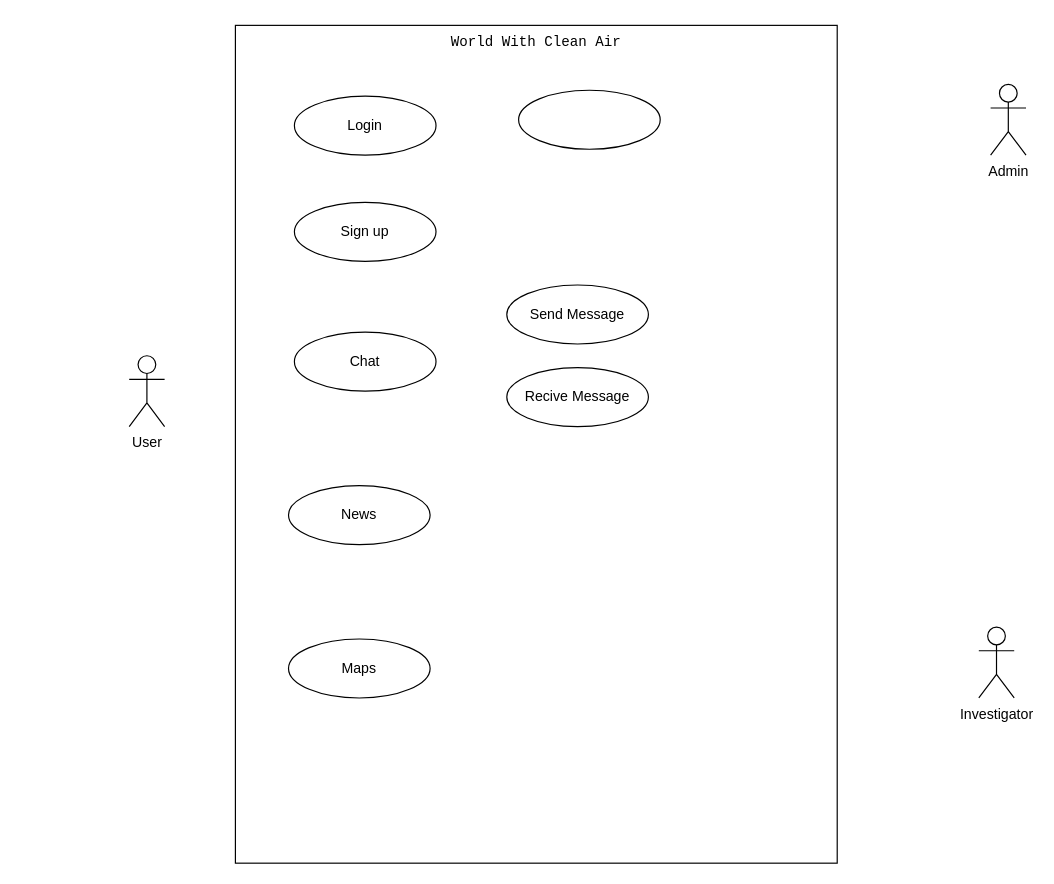
Before: doc/use-case.drawio in RogerPugaRuiz/DAWBIO-M12-PROJECT, a draw.io diagram. Source tidied: cells renumbered, new cells numbered last; positions are measured from the earlier drawing's top-left corner, leaving out a move shared by most shapes. Both pictures are drawn from the tidied source at 118%, with x=0, y=0 at pixel (129, 25).
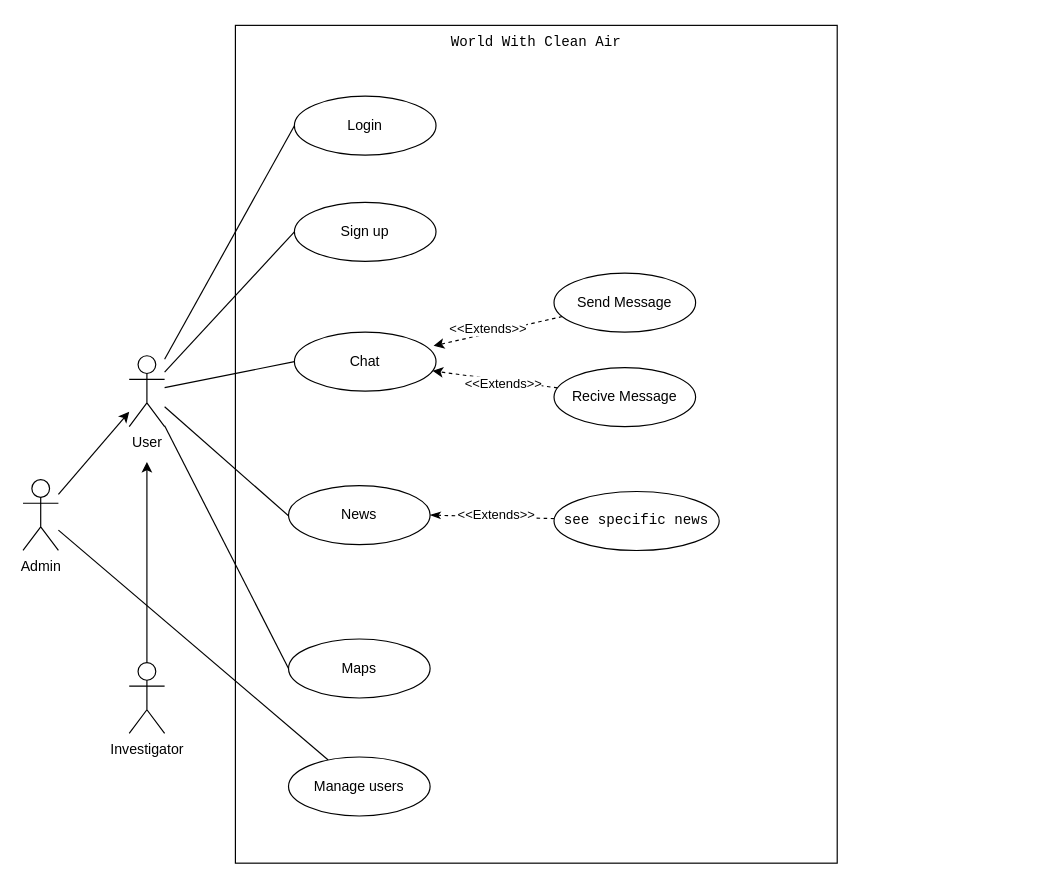
Above is the later version.

The change refers to these unchanged cells:
```xml
<mxCell id="4" value="User" style="shape=umlActor;verticalLabelPosition=bottom;verticalAlign=top;html=1;outlineConnect=0;" parent="1" vertex="1">
  <mxGeometry y="280" width="30" height="60" as="geometry" />
</mxCell>
<mxCell id="15" value="Login" style="ellipse;whiteSpace=wrap;html=1;fillColor=default;" parent="1" vertex="1">
  <mxGeometry x="140" y="60" width="120" height="50" as="geometry" />
</mxCell>
<mxCell id="16" value="News" style="ellipse;whiteSpace=wrap;html=1;fillColor=default;" parent="1" vertex="1">
  <mxGeometry x="135" y="390" width="120" height="50" as="geometry" />
</mxCell>
<mxCell id="17" value="Maps" style="ellipse;whiteSpace=wrap;html=1;fillColor=default;" parent="1" vertex="1">
  <mxGeometry x="135" y="520" width="120" height="50" as="geometry" />
</mxCell>
<mxCell id="20" value="Chat" style="ellipse;whiteSpace=wrap;html=1;fillColor=default;" parent="1" vertex="1">
  <mxGeometry x="140" y="260" width="120" height="50" as="geometry" />
</mxCell>
<mxCell id="22" value="Sign up" style="ellipse;whiteSpace=wrap;html=1;fillColor=default;" parent="1" vertex="1">
  <mxGeometry x="140" y="150" width="120" height="50" as="geometry" />
</mxCell>
```

Change to the diagram source:
```diff
@@
+    <mxCell id="23" style="edgeStyle=none;html=1;" parent="1" edge="1" source="3" target="4">
+      <mxGeometry relative="1" as="geometry" />
+    </mxCell>
+    <mxCell id="24" style="edgeStyle=none;html=1;endArrow=none;endFill=0;" parent="1" edge="1" source="3" target="38">
+      <mxGeometry relative="1" as="geometry" />
+    </mxCell>
     <mxCell id="3" value="Admin" style="shape=umlActor;verticalLabelPosition=bottom;verticalAlign=top;html=1;outlineConnect=0;" parent="1" vertex="1">
-      <mxGeometry x="730" y="50" width="30" height="60" as="geometry" />
+      <mxGeometry x="-90" y="385" width="30" height="60" as="geometry" />
     </mxCell>
+    <mxCell id="25" style="edgeStyle=none;html=1;entryX=0;entryY=0.5;entryDx=0;entryDy=0;endArrow=none;endFill=0;" parent="1" edge="1" source="4" target="20">
+      <mxGeometry relative="1" as="geometry" />
+    </mxCell>
+    <mxCell id="26" style="edgeStyle=none;html=1;endArrow=none;endFill=0;" parent="1" edge="1" source="4">
+      <mxGeometry relative="1" as="geometry">
+        <mxPoint x="140" y="420" as="targetPoint" />
+      </mxGeometry>
+    </mxCell>
+    <mxCell id="27" style="edgeStyle=none;html=1;entryX=0;entryY=0.5;entryDx=0;entryDy=0;endArrow=none;endFill=0;" parent="1" edge="1" source="4" target="22">
+      <mxGeometry relative="1" as="geometry" />
+    </mxCell>
+    <mxCell id="28" style="edgeStyle=none;html=1;entryX=0;entryY=0.5;entryDx=0;entryDy=0;endArrow=none;endFill=0;" parent="1" edge="1" source="4" target="15">
+      <mxGeometry relative="1" as="geometry" />
+    </mxCell>
+    <mxCell id="29" style="edgeStyle=none;html=1;entryX=0;entryY=0.5;entryDx=0;entryDy=0;endArrow=none;endFill=0;" parent="1" edge="1" source="4" target="17">
+      <mxGeometry relative="1" as="geometry" />
+    </mxCell>
@@
+    <mxCell id="30" style="edgeStyle=none;html=1;" parent="1" edge="1" source="5">
+      <mxGeometry relative="1" as="geometry">
+        <mxPoint x="15" y="370" as="targetPoint" />
+      </mxGeometry>
+    </mxCell>
     <mxCell id="5" value="Investigator" style="shape=umlActor;verticalLabelPosition=bottom;verticalAlign=top;html=1;outlineConnect=0;" parent="1" vertex="1">
-      <mxGeometry x="720" y="510" width="30" height="60" as="geometry" />
+      <mxGeometry y="540" width="30" height="60" as="geometry" />
     </mxCell>
@@
+    <mxCell id="31" style="edgeStyle=none;html=1;entryX=0.983;entryY=0.232;entryDx=0;entryDy=0;entryPerimeter=0;dashed=1;" parent="1" edge="1" source="18" target="20">
+      <mxGeometry relative="1" as="geometry" />
+    </mxCell>
+    <mxCell id="32" value="&amp;lt;&amp;lt;Extends&amp;gt;&amp;gt;" style="edgeLabel;html=1;align=center;verticalAlign=middle;" parent="31" vertex="1">
+      <mxGeometry x="0.34" y="2" relative="1" as="geometry">
+        <mxPoint x="9" y="-9" as="offset" />
+      </mxGeometry>
+    </mxCell>
     <mxCell id="18" value="Send Message" style="ellipse;whiteSpace=wrap;html=1;fillColor=default;" parent="1" vertex="1">
-      <mxGeometry x="320" y="220" width="120" height="50" as="geometry" />
+      <mxGeometry x="360" y="210" width="120" height="50" as="geometry" />
     </mxCell>
+    <mxCell id="33" style="edgeStyle=none;html=1;dashed=1;" parent="1" edge="1" source="19" target="20">
+      <mxGeometry relative="1" as="geometry" />
+    </mxCell>
+    <mxCell id="34" value="&amp;lt;&amp;lt;Extends&amp;gt;&amp;gt;" style="edgeLabel;html=1;align=center;verticalAlign=middle;" parent="33" vertex="1">
+      <mxGeometry x="-0.14" y="3" relative="1" as="geometry" />
+    </mxCell>
     <mxCell id="19" value="Recive Message" style="ellipse;whiteSpace=wrap;html=1;fillColor=default;" parent="1" vertex="1">
-      <mxGeometry x="320" y="290" width="120" height="50" as="geometry" />
+      <mxGeometry x="360" y="290" width="120" height="50" as="geometry" />
     </mxCell>
@@
-    <mxCell id="21" style="ellipse;whiteSpace=wrap;html=1;fillColor=default;" parent="1" vertex="1">
-      <mxGeometry x="330" y="55" width="120" height="50" as="geometry" />
-    </mxCell>
@@
+    <mxCell id="35" style="edgeStyle=none;html=1;entryX=1;entryY=0.5;entryDx=0;entryDy=0;dashed=1;endArrow=classicThin;endFill=1;" parent="1" edge="1" source="37" target="16">
+      <mxGeometry relative="1" as="geometry" />
+    </mxCell>
+    <mxCell id="36" value="&amp;lt;&amp;lt;Extends&amp;gt;&amp;gt;" style="edgeLabel;html=1;align=center;verticalAlign=middle;" parent="35" vertex="1">
+      <mxGeometry x="-0.26" y="-2" relative="1" as="geometry">
+        <mxPoint x="-11" as="offset" />
+      </mxGeometry>
+    </mxCell>
+    <mxCell id="37" value="&lt;pre class=&quot;tw-data-text tw-text-large tw-ta&quot; id=&quot;tw-target-text&quot; style=&quot;text-align: left&quot; dir=&quot;ltr&quot;&gt;&lt;pre class=&quot;tw-data-text tw-text-large tw-ta&quot; id=&quot;tw-target-text&quot; dir=&quot;ltr&quot;&gt;&lt;span class=&quot;Y2IQFc&quot; lang=&quot;en&quot;&gt;see specific news&lt;/span&gt;&lt;/pre&gt;&lt;/pre&gt;" style="ellipse;whiteSpace=wrap;html=1;fillColor=default;" parent="1" vertex="1">
+      <mxGeometry x="360" y="395" width="140" height="50" as="geometry" />
+    </mxCell>
+    <mxCell id="38" value="Manage users" style="ellipse;whiteSpace=wrap;html=1;fillColor=default;" parent="1" vertex="1">
+      <mxGeometry x="135" y="620" width="120" height="50" as="geometry" />
+    </mxCell>
```
